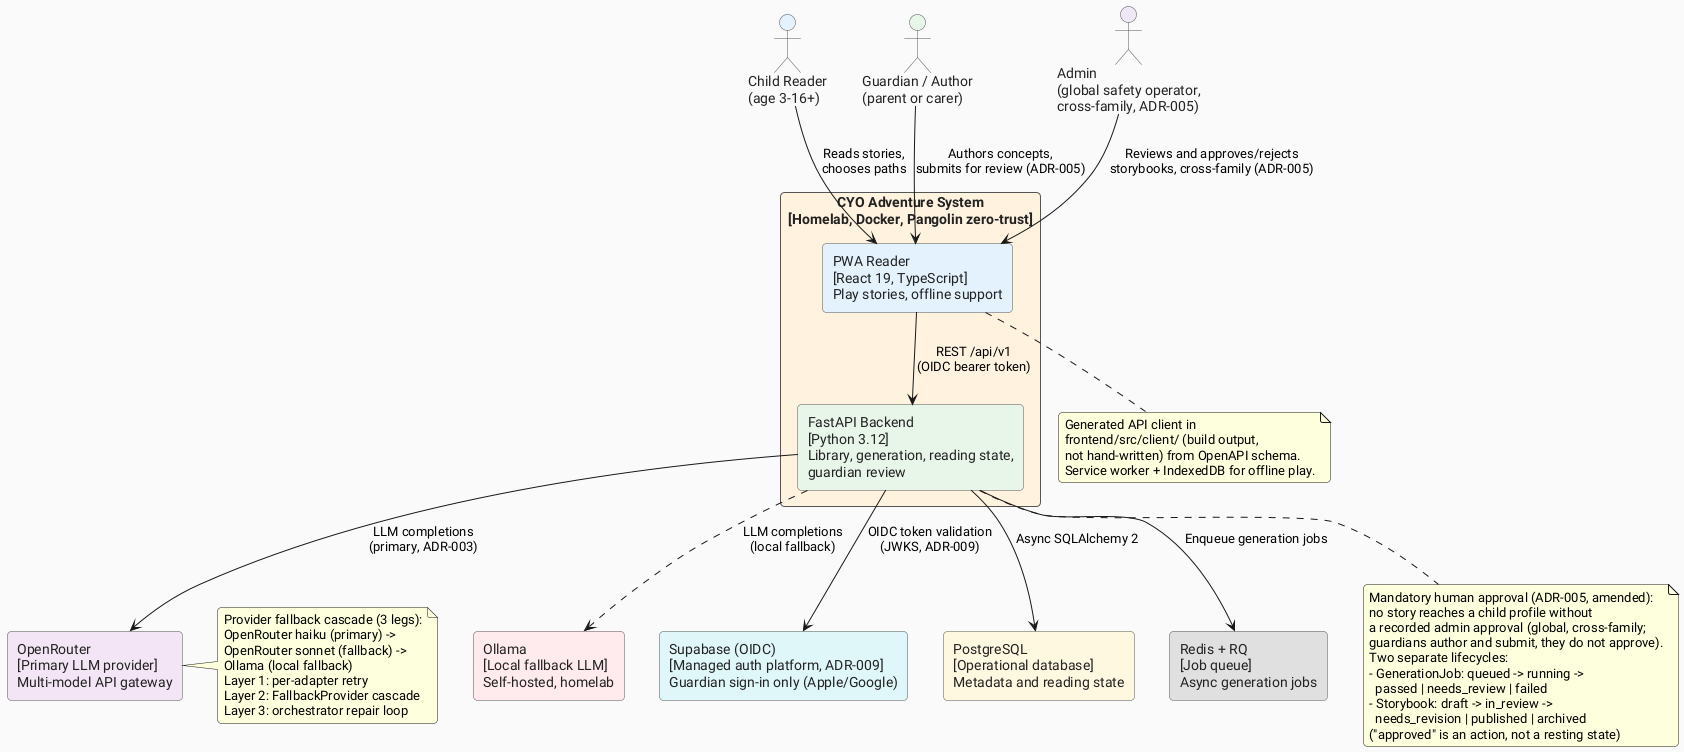
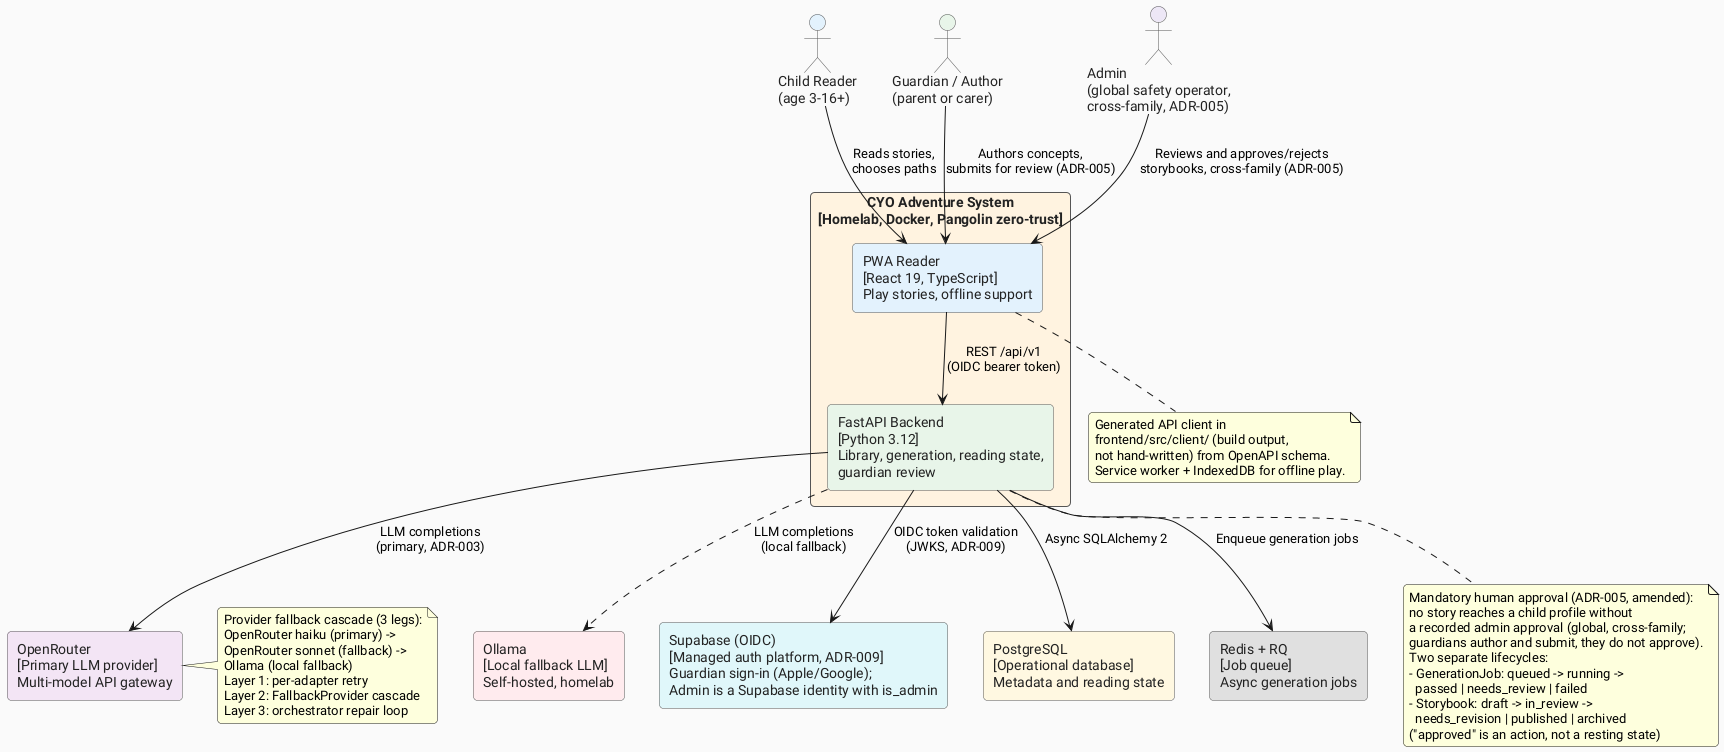
@startuml c4-context
' ============================================================
' C4 Level 1 - System Context Diagram
' CYO Adventure: Choose-Your-Own-Adventure reading app for kids
'
' Source files:
'   src/cyo_adventure/api/deps.py      (Principal/role model: guardian, child, admin)
'   src/cyo_adventure/api/generation.py (guardian-only authoring)
'   src/cyo_adventure/api/reading.py   (child reading endpoints)
'   src/cyo_adventure/db/models.py     (Storybook + GenerationJob lifecycles)
'   docs/planning/adr/adr-005-mandatory-human-approval.md (amended: global-admin approver)
'   docs/planning/adr/adr-003-frontier-llm-generation.md
'   docs/planning/adr/adr-009-supabase-platform.md (Supabase OIDC replaces Authentik)
'   docs/planning/tech-spec.md
' ============================================================

!define ICONURL https://raw.githubusercontent.com/tupadr3/plantuml-icon-font-sprites/v2.4.0
skinparam defaultFontName "Roboto"
skinparam backgroundColor #FAFAFA
skinparam roundCorner 8

skinparam rectangle {
  BorderColor #555555
  FontColor #222222
}

skinparam actor {
  BorderColor #555555
  FontColor #222222
  BackgroundColor #FFFFFF
}

' --- Actors ---
actor "Child Reader\n(age 3-16+)" as child #E3F2FD
actor "Guardian / Author\n(parent or carer)" as guardian #E8F5E9
actor "Admin\n(global safety operator,\ncross-family, ADR-005)" as admin #EDE7F6

' --- System boundary ---
rectangle "CYO Adventure System\n[Homelab, Docker, Pangolin zero-trust]" as system #FFF3E0 {
  rectangle "PWA Reader\n[React 19, TypeScript]\nPlay stories, offline support" as pwa #E3F2FD
  rectangle "FastAPI Backend\n[Python 3.12]\nLibrary, generation, reading state,\nguardian review" as backend #E8F5E9
}

' --- External systems ---
rectangle "OpenRouter\n[Primary LLM provider]\nMulti-model API gateway" as openrouter #F3E5F5
rectangle "Ollama\n[Local fallback LLM]\nSelf-hosted, homelab" as ollama #FFEBEE
- rectangle "Supabase (OIDC)\n[Managed auth platform, ADR-009]\nGuardian sign-in only (Apple/Google)" as supabase_auth #E0F7FA
+ rectangle "Supabase (OIDC)\n[Managed auth platform, ADR-009]\nGuardian sign-in (Apple/Google);\nAdmin is a Supabase identity with is_admin" as supabase_auth #E0F7FA
rectangle "PostgreSQL\n[Operational database]\nMetadata and reading state" as postgres #FFF8E1
rectangle "Redis + RQ\n[Job queue]\nAsync generation jobs" as redis #E0E0E0

' --- Relationships ---
child --> pwa : "Reads stories,\nchooses paths"
guardian --> pwa : "Authors concepts,\nsubmits for review (ADR-005)"
admin --> pwa : "Reviews and approves/rejects\nstorybooks, cross-family (ADR-005)"
pwa --> backend : "REST /api/v1\n(OIDC bearer token)"
backend --> openrouter : "LLM completions\n(primary, ADR-003)"
backend ..> ollama : "LLM completions\n(local fallback)"
backend --> supabase_auth : "OIDC token validation\n(JWKS, ADR-009)"
backend --> postgres : "Async SQLAlchemy 2"
backend --> redis : "Enqueue generation jobs"

note bottom of pwa
  Generated API client in
  frontend/src/client/ (build output,
  not hand-written) from OpenAPI schema.
  Service worker + IndexedDB for offline play.
end note

note right of openrouter
  Provider fallback cascade (3 legs):
  OpenRouter haiku (primary) ->
  OpenRouter sonnet (fallback) ->
  Ollama (local fallback)
  Layer 1: per-adapter retry
  Layer 2: FallbackProvider cascade
  Layer 3: orchestrator repair loop
end note

note bottom of backend
  Mandatory human approval (ADR-005, amended):
  no story reaches a child profile without
  a recorded admin approval (global, cross-family;
  guardians author and submit, they do not approve).
  Two separate lifecycles:
  - GenerationJob: queued -> running ->
    passed | needs_review | failed
  - Storybook: draft -> in_review ->
    needs_revision | published | archived
  ("approved" is an action, not a resting state)
end note

@enduml
